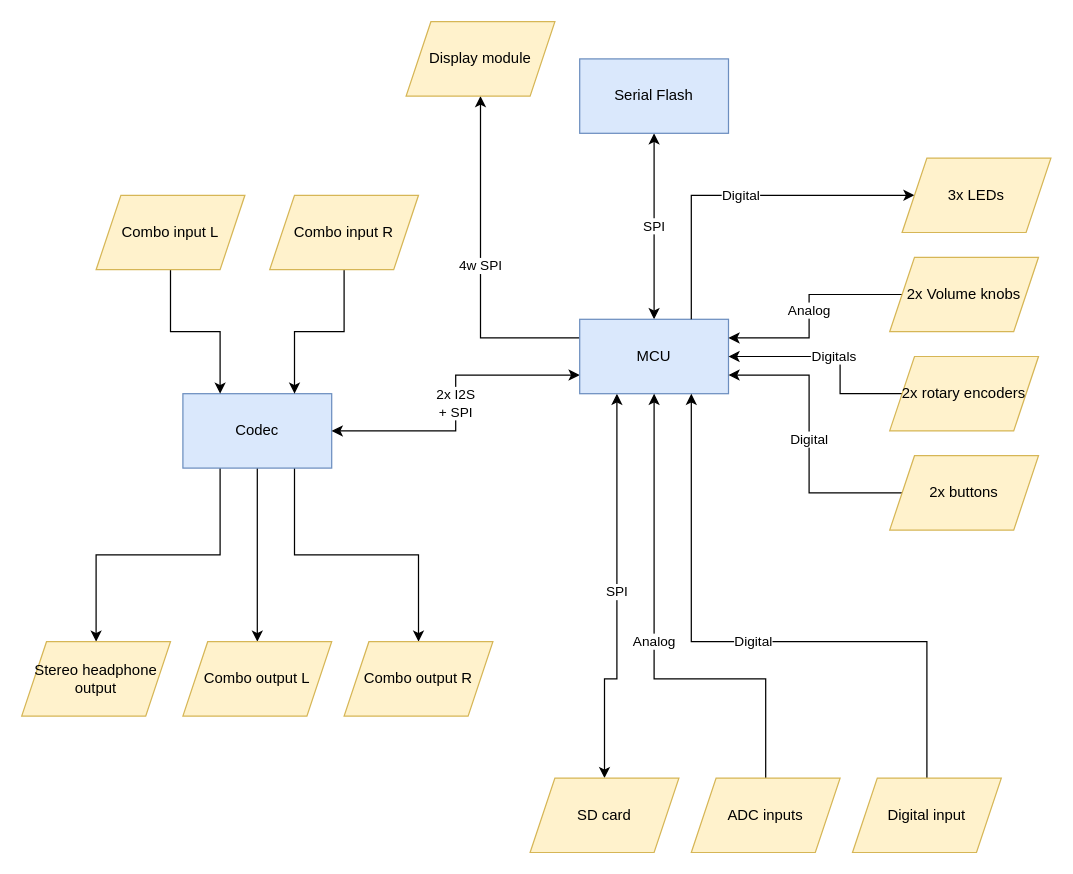
The draw.io diagram page "Page-1" (1 of 2) of system.drawio in giacomo-ascari/busy-toad, before the edit. Source tidied: cells renumbered, new cells numbered last; positions are measured from the earlier drawing's top-left corner, leaving out a move shared by most shapes. Both pictures are drawn from the tidied source at 124%, with x=0, y=0 at pixel (21, 21).
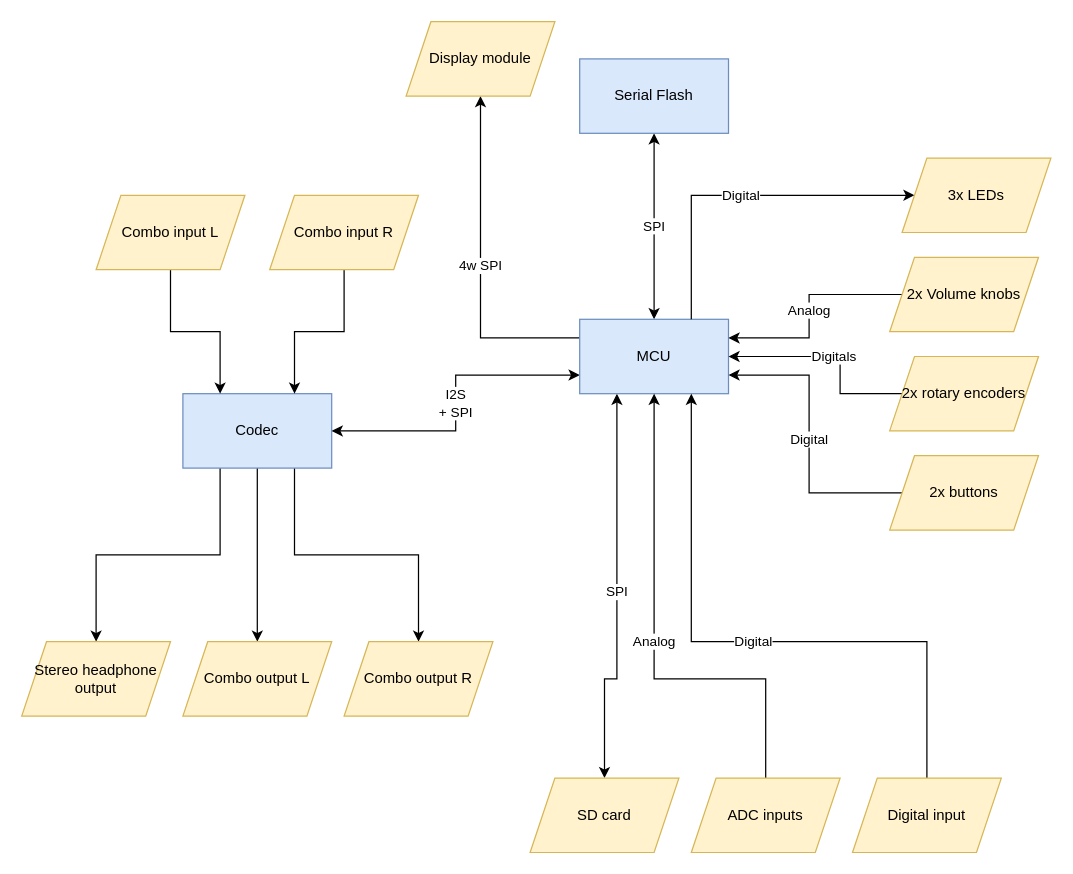
The same diagram, later.

The change refers to these unchanged cells:
```xml
<mxCell id="5" value="Codec" style="rounded=0;whiteSpace=wrap;html=1;fillColor=#dae8fc;strokeColor=#6c8ebf;" parent="1" vertex="1">
  <mxGeometry x="130" y="300" width="120" height="60" as="geometry" />
</mxCell>
<mxCell id="10" value="MCU" style="rounded=0;whiteSpace=wrap;html=1;fillColor=#dae8fc;strokeColor=#6c8ebf;" parent="1" vertex="1">
  <mxGeometry x="450" y="240" width="120" height="60" as="geometry" />
</mxCell>
```

Diff of the diagram source:
```diff
@@
-    <mxCell id="6" value="2x I2S&lt;div&gt;+ SPI&lt;/div&gt;" style="edgeStyle=orthogonalEdgeStyle;rounded=0;jettySize=auto;html=1;exitX=0;exitY=0.75;exitDx=0;exitDy=0;entryX=1;entryY=0.5;entryDx=0;entryDy=0;startArrow=classic;startFill=1;" parent="1" edge="1" source="10" target="5">
+    <mxCell id="6" value="I2S&lt;div&gt;+ SPI&lt;/div&gt;" style="edgeStyle=orthogonalEdgeStyle;rounded=0;jettySize=auto;html=1;exitX=0;exitY=0.75;exitDx=0;exitDy=0;entryX=1;entryY=0.5;entryDx=0;entryDy=0;startArrow=classic;startFill=1;" parent="1" edge="1" source="10" target="5">
       <mxGeometry relative="1" as="geometry" />
     </mxCell>
```
